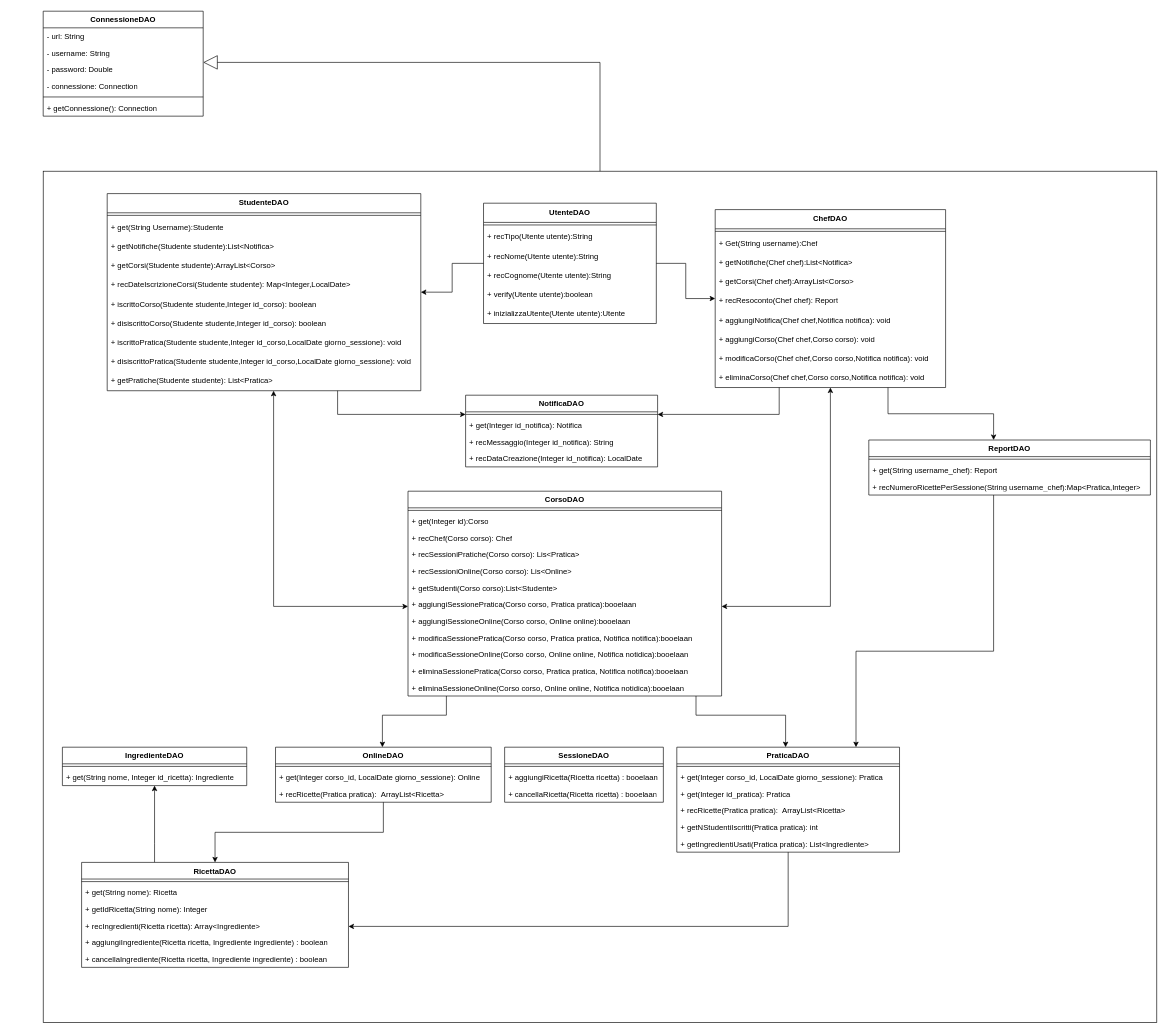
Above: page "dao" (2 of 3) of obj/uml/UML1.drawio in MetisWastaken/UninaFoodLab (draw.io), before the change. Source tidied: cells renumbered, new cells numbered last; positions are measured from the earlier drawing's top-left corner, leaving out a move shared by most shapes. Both pictures are drawn from the tidied source at 64%, with x=0, y=0 at pixel (43, 11).
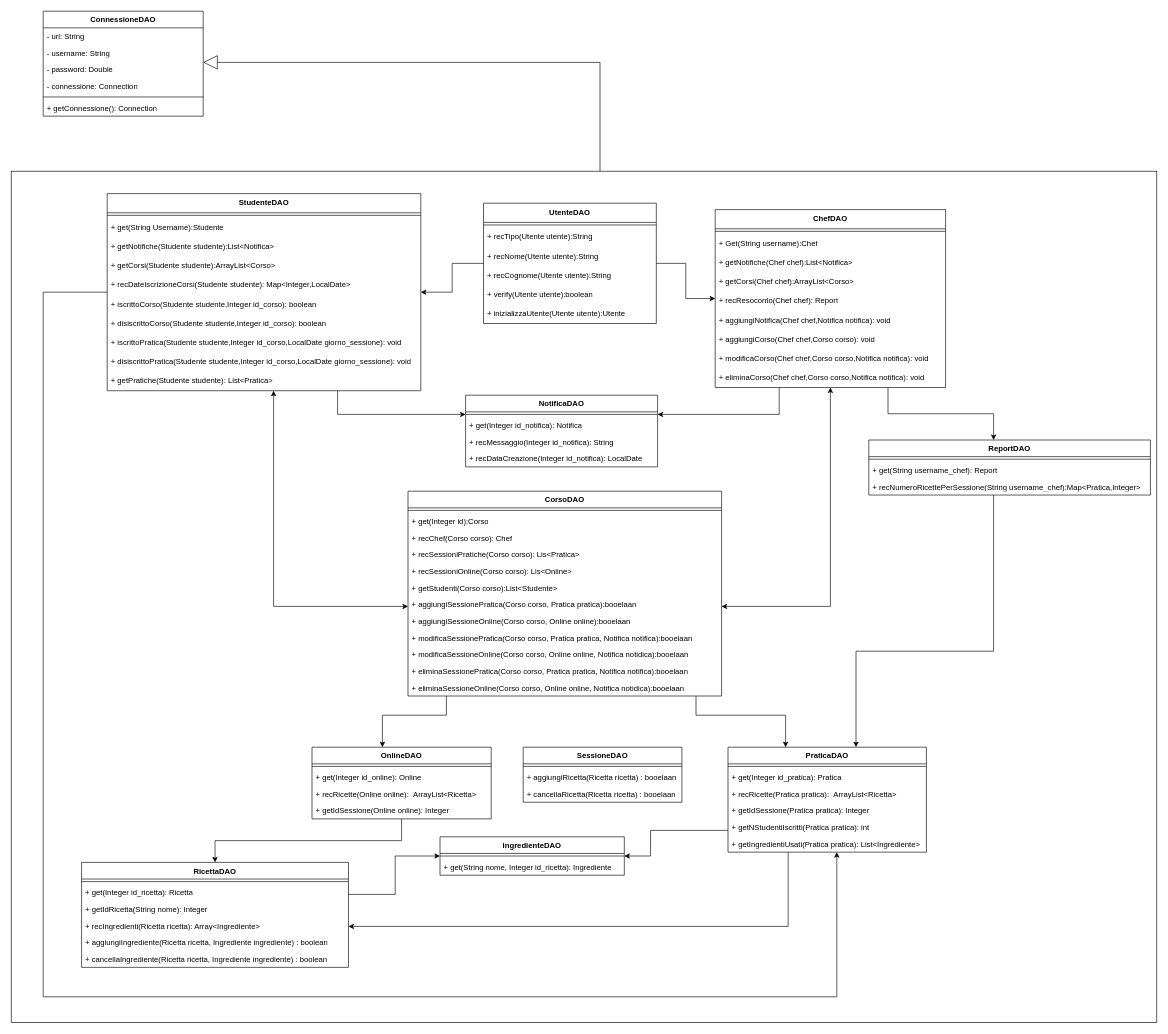
The same diagram, later.

Unchanged cells that the change refers to:
```xml
<mxCell id="12" value="RicettaDAO" style="swimlane;align=center;verticalAlign=top;horizontal=1;startSize=26;whiteSpace=wrap;html=1;" parent="1" vertex="1">
  <mxGeometry x="60" y="1330" width="417" height="164" as="geometry" />
</mxCell>
<mxCell id="88" value="&lt;b&gt;StudenteDAO&lt;/b&gt;" style="swimlane;fontStyle=0;horizontal=1;startSize=30;whiteSpace=wrap;html=1;" parent="1" vertex="1">
  <mxGeometry x="100" y="285" width="490" height="308" as="geometry" />
</mxCell>
```

The edit, as a diff of the source:
```diff
@@
     <mxCell id="10" style="rounded=0;whiteSpace=wrap;html=1;fillColor=none;" parent="1" vertex="1">
-      <mxGeometry y="250" width="1740" height="1330" as="geometry" />
+      <mxGeometry x="-50" y="250" width="1790" height="1330" as="geometry" />
     </mxCell>
     <mxCell id="11" style="edgeStyle=orthogonalEdgeStyle;rounded=0;jettySize=auto;html=1;" parent="1" edge="1" source="12" target="28">
       <mxGeometry relative="1" as="geometry">
         <Array as="points">
-          <mxPoint x="174" y="1300" />
-          <mxPoint x="174" y="1300" />
+          <mxPoint x="550" y="1380" />
+          <mxPoint x="550" y="1320" />
         </Array>
       </mxGeometry>
     </mxCell>
@@
-    <mxCell id="14" value="+ get(String nome): Ricetta" style="text;strokeColor=none;fillColor=none;align=left;verticalAlign=top;spacingLeft=4;spacingRight=4;overflow=hidden;whiteSpace=wrap;html=1;" parent="12" vertex="1">
+    <mxCell id="14" value="+ get(Integer id_ricetta): Ricetta" style="text;strokeColor=none;fillColor=none;align=left;verticalAlign=top;spacingLeft=4;spacingRight=4;overflow=hidden;whiteSpace=wrap;html=1;" parent="12" vertex="1">
       <mxGeometry y="34" width="417" height="26" as="geometry" />
     </mxCell>
@@
     <mxCell id="19" value="SessioneDAO" style="swimlane;align=center;verticalAlign=top;horizontal=1;startSize=26;whiteSpace=wrap;html=1;" parent="1" vertex="1">
-      <mxGeometry x="721" y="1150" width="248" height="86" as="geometry" />
+      <mxGeometry x="750" y="1150" width="248" height="86" as="geometry" />
     </mxCell>
@@
     <mxCell id="24" value="OnlineDAO" style="swimlane;align=center;verticalAlign=top;horizontal=1;startSize=26;whiteSpace=wrap;html=1;" parent="1" vertex="1">
-      <mxGeometry x="363" y="1150" width="337" height="86" as="geometry" />
+      <mxGeometry x="420" y="1150" width="280" height="112" as="geometry" />
     </mxCell>
     <mxCell id="25" style="line;strokeWidth=1;fillColor=none;align=left;verticalAlign=middle;spacingTop=-1;spacingLeft=3;spacingRight=3;labelPosition=right;strokeColor=inherit;" parent="24" vertex="1">
-      <mxGeometry y="26" width="337" height="8" as="geometry" />
+      <mxGeometry y="26" width="280" height="8" as="geometry" />
     </mxCell>
-    <mxCell id="26" value="+ get(Integer corso_id, LocalDate giorno_sessione): Online" style="text;strokeColor=none;fillColor=none;align=left;verticalAlign=top;spacingLeft=4;spacingRight=4;overflow=hidden;whiteSpace=wrap;html=1;" parent="24" vertex="1">
-      <mxGeometry y="34" width="337" height="26" as="geometry" />
+    <mxCell id="26" value="+ get(Integer id_online): Online" style="text;strokeColor=none;fillColor=none;align=left;verticalAlign=top;spacingLeft=4;spacingRight=4;overflow=hidden;whiteSpace=wrap;html=1;" parent="24" vertex="1">
+      <mxGeometry y="34" width="280" height="26" as="geometry" />
     </mxCell>
-    <mxCell id="27" value="+ recRicette(Pratica pratica):&amp;nbsp;&amp;nbsp;ArrayList&amp;lt;Ricetta&amp;gt;" style="text;strokeColor=none;fillColor=none;align=left;verticalAlign=top;spacingLeft=4;spacingRight=4;overflow=hidden;whiteSpace=wrap;html=1;" parent="24" vertex="1">
-      <mxGeometry y="60" width="337" height="26" as="geometry" />
+    <mxCell id="27" value="+ recRicette(Online online):&amp;nbsp;&amp;nbsp;ArrayList&amp;lt;Ricetta&amp;gt;" style="text;strokeColor=none;fillColor=none;align=left;verticalAlign=top;spacingLeft=4;spacingRight=4;overflow=hidden;whiteSpace=wrap;html=1;" parent="24" vertex="1">
+      <mxGeometry y="60" width="280" height="26" as="geometry" />
     </mxCell>
+    <mxCell id="99" value="+ getIdSessione(Online online): Integer&amp;nbsp;" style="text;strokeColor=none;fillColor=none;align=left;verticalAlign=top;spacingLeft=4;spacingRight=4;overflow=hidden;whiteSpace=wrap;html=1;" parent="24" vertex="1">
+      <mxGeometry y="86" width="280" height="26" as="geometry" />
+    </mxCell>
     <mxCell id="28" value="IngredienteDAO" style="swimlane;align=center;verticalAlign=top;horizontal=1;startSize=26;whiteSpace=wrap;html=1;" parent="1" vertex="1">
-      <mxGeometry x="30" y="1150" width="288" height="60" as="geometry" />
+      <mxGeometry x="620" y="1290" width="288" height="60" as="geometry" />
     </mxCell>
@@
+    <mxCell id="100" style="edgeStyle=orthogonalEdgeStyle;rounded=0;jettySize=auto;html=1;" parent="1" edge="1" source="32" target="28">
+      <mxGeometry relative="1" as="geometry">
+        <Array as="points">
+          <mxPoint x="949" y="1280" />
+          <mxPoint x="949" y="1320" />
+        </Array>
+      </mxGeometry>
+    </mxCell>
     <mxCell id="32" value="PraticaDAO" style="swimlane;align=center;verticalAlign=top;horizontal=1;startSize=26;whiteSpace=wrap;html=1;" parent="1" vertex="1">
-      <mxGeometry x="990" y="1150" width="348" height="164" as="geometry" />
+      <mxGeometry x="1070" y="1150" width="310" height="164" as="geometry" />
     </mxCell>
     <mxCell id="33" style="line;strokeWidth=1;fillColor=none;align=left;verticalAlign=middle;spacingTop=-1;spacingLeft=3;spacingRight=3;labelPosition=right;strokeColor=inherit;" parent="32" vertex="1">
-      <mxGeometry y="26" width="348" height="8" as="geometry" />
+      <mxGeometry y="26" width="310" height="8" as="geometry" />
     </mxCell>
-    <mxCell id="34" value="+ get(Integer corso_id, LocalDate giorno_sessione): Pratica" style="text;strokeColor=none;fillColor=none;align=left;verticalAlign=top;spacingLeft=4;spacingRight=4;overflow=hidden;whiteSpace=wrap;html=1;" parent="32" vertex="1">
-      <mxGeometry y="34" width="348" height="26" as="geometry" />
-    </mxCell>
     <mxCell id="35" value="+ get(Integer id_pratica&lt;span style=&quot;background-color: transparent; color: light-dark(rgb(0, 0, 0), rgb(255, 255, 255));&quot;&gt;): Pratica&lt;/span&gt;" style="text;strokeColor=none;fillColor=none;align=left;verticalAlign=top;spacingLeft=4;spacingRight=4;overflow=hidden;whiteSpace=wrap;html=1;" parent="32" vertex="1">
-      <mxGeometry y="60" width="348" height="26" as="geometry" />
+      <mxGeometry y="34" width="310" height="26" as="geometry" />
     </mxCell>
     <mxCell id="36" value="+ recRicette(Pratica pratica):&amp;nbsp;&amp;nbsp;ArrayList&amp;lt;Ricetta&amp;gt;" style="text;strokeColor=none;fillColor=none;align=left;verticalAlign=top;spacingLeft=4;spacingRight=4;overflow=hidden;whiteSpace=wrap;html=1;" parent="32" vertex="1">
-      <mxGeometry y="86" width="348" height="26" as="geometry" />
+      <mxGeometry y="60" width="310" height="26" as="geometry" />
     </mxCell>
+    <mxCell id="101" value="+ getIdSessione(Pratica pratica): Integer&amp;nbsp;" style="text;strokeColor=none;fillColor=none;align=left;verticalAlign=top;spacingLeft=4;spacingRight=4;overflow=hidden;whiteSpace=wrap;html=1;" parent="32" vertex="1">
+      <mxGeometry y="86" width="310" height="26" as="geometry" />
+    </mxCell>
     <mxCell id="37" value="+ getNStudentiIscritti(Pratica pratica): int" style="text;strokeColor=none;fillColor=none;align=left;verticalAlign=top;spacingLeft=4;spacingRight=4;overflow=hidden;whiteSpace=wrap;html=1;" parent="32" vertex="1">
-      <mxGeometry y="112" width="348" height="26" as="geometry" />
+      <mxGeometry y="112" width="310" height="26" as="geometry" />
     </mxCell>
     <mxCell id="38" value="+ getIngredientiUsati(Pratica pratica): List&amp;lt;Ingrediente&amp;gt;" style="text;strokeColor=none;fillColor=none;align=left;verticalAlign=top;spacingLeft=4;spacingRight=4;overflow=hidden;whiteSpace=wrap;html=1;" parent="32" vertex="1">
-      <mxGeometry y="138" width="348" height="26" as="geometry" />
+      <mxGeometry y="138" width="310" height="26" as="geometry" />
     </mxCell>
@@
+    <mxCell id="102" style="edgeStyle=orthogonalEdgeStyle;rounded=0;jettySize=auto;html=1;" parent="1" edge="1" source="88" target="32">
+      <mxGeometry relative="1" as="geometry">
+        <Array as="points">
+          <mxPoint y="439" />
+          <mxPoint y="1540" />
+          <mxPoint x="1240" y="1540" />
+        </Array>
+      </mxGeometry>
+    </mxCell>
```
